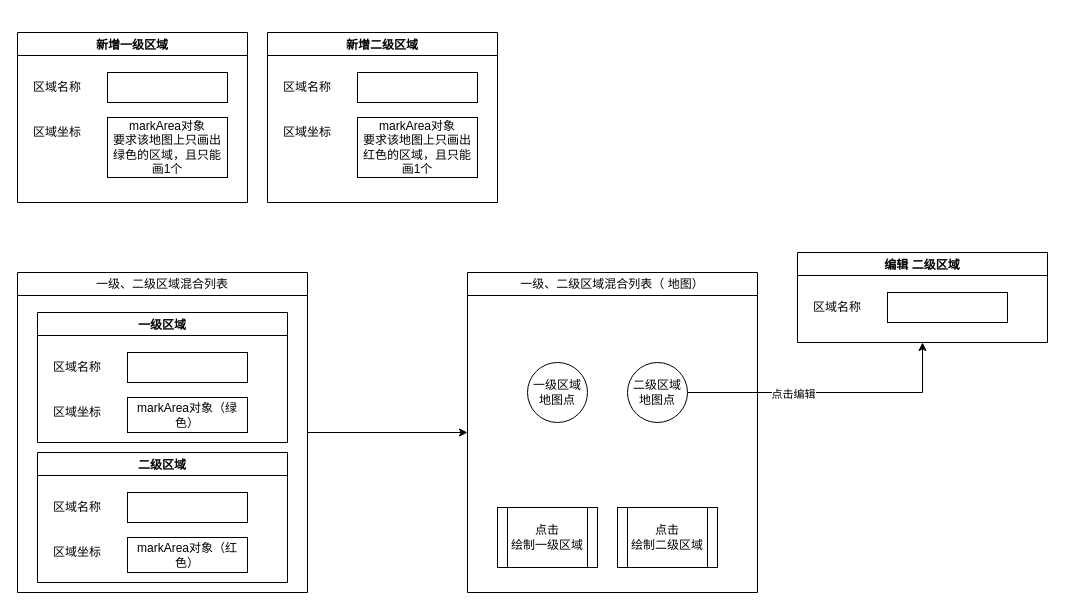
Earlier version of the draw.io diagram page "第 2 页" (2 of 2) of 未命名绘图.drawio (clevok/diagrams). Source tidied: cells renumbered, new cells numbered last; positions are measured from the earlier drawing's top-left corner, leaving out a move shared by most shapes. Both pictures are drawn from the tidied source at 100%, with x=0, y=0 at pixel (17, 32).
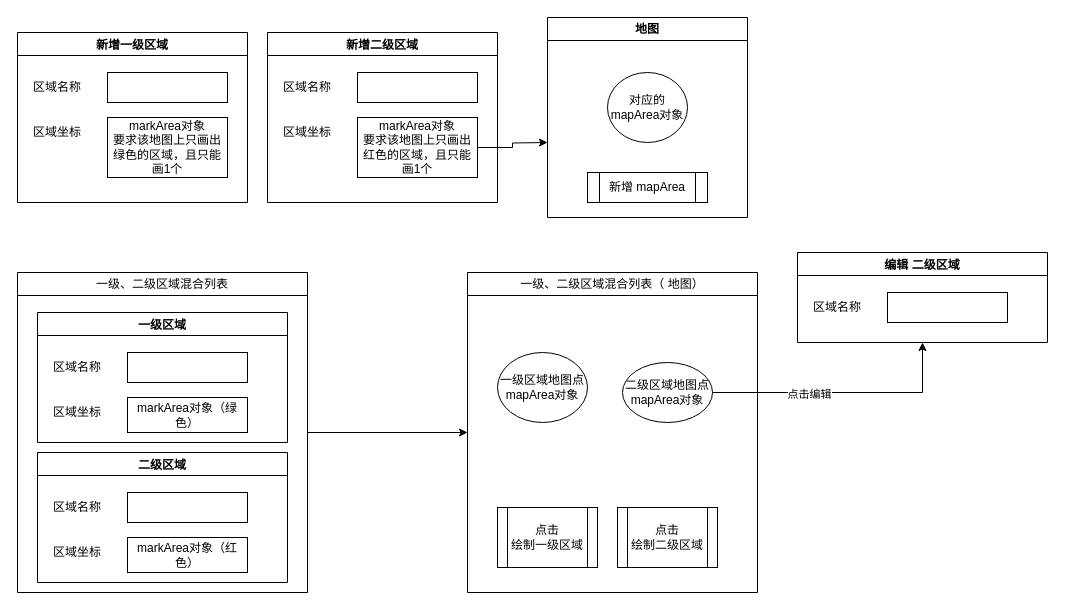
The same page after the edit.

Commit message:
更新未命名绘图.drawio

The change refers to these unchanged cells:
```xml
<mxCell id="7" value="新增二级区域" style="swimlane;" parent="1" vertex="1">
  <mxGeometry x="250" width="230" height="170" as="geometry" />
</mxCell>
<mxCell id="11" value="markArea对象&lt;div&gt;要求该地图上只画出红色的区域，且只能画1个&lt;/div&gt;" style="rounded=0;whiteSpace=wrap;html=1;" parent="7" vertex="1">
  <mxGeometry x="90" y="85" width="120" height="60" as="geometry" />
</mxCell>
<mxCell id="24" value="&lt;span style=&quot;font-weight: 400;&quot;&gt;一级、二级区域混合列表（ 地图）&lt;/span&gt;" style="swimlane;whiteSpace=wrap;html=1;" parent="1" vertex="1">
  <mxGeometry x="450" y="240" width="290" height="320" as="geometry" />
</mxCell>
```

The edit, as a diff of the source:
```diff
@@
+    <mxCell id="34" style="edgeStyle=orthogonalEdgeStyle;rounded=0;jettySize=auto;html=1;" parent="7" edge="1" source="11">
+      <mxGeometry relative="1" as="geometry">
+        <mxPoint x="280" y="110" as="targetPoint" />
+      </mxGeometry>
+    </mxCell>
@@
-    <mxCell id="25" value="一级区域地图点" style="ellipse;whiteSpace=wrap;html=1;" parent="24" vertex="1">
-      <mxGeometry x="60" y="90" width="60" height="60" as="geometry" />
+    <mxCell id="25" value="一级区域地图点&lt;br&gt;mapArea对象" style="ellipse;whiteSpace=wrap;html=1;" parent="24" vertex="1">
+      <mxGeometry x="30" y="80" width="90" height="70" as="geometry" />
     </mxCell>
-    <mxCell id="26" value="二级区域地图点" style="ellipse;whiteSpace=wrap;html=1;" parent="24" vertex="1">
-      <mxGeometry x="160" y="90" width="60" height="60" as="geometry" />
+    <mxCell id="26" value="二级区域地图点&lt;br&gt;mapArea对象" style="ellipse;whiteSpace=wrap;html=1;" parent="24" vertex="1">
+      <mxGeometry x="155" y="90" width="90" height="60" as="geometry" />
     </mxCell>
@@
+    <mxCell id="35" value="地图" style="swimlane;whiteSpace=wrap;html=1;" parent="1" vertex="1">
+      <mxGeometry x="530" y="-15" width="200" height="200" as="geometry" />
+    </mxCell>
+    <mxCell id="36" value="对应的mapArea对象" style="ellipse;whiteSpace=wrap;html=1;" parent="35" vertex="1">
+      <mxGeometry x="60" y="55" width="80" height="70" as="geometry" />
+    </mxCell>
+    <mxCell id="37" value="新增 mapArea" style="shape=process;whiteSpace=wrap;html=1;backgroundOutline=1;" parent="35" vertex="1">
+      <mxGeometry x="40" y="155" width="120" height="30" as="geometry" />
+    </mxCell>
```
